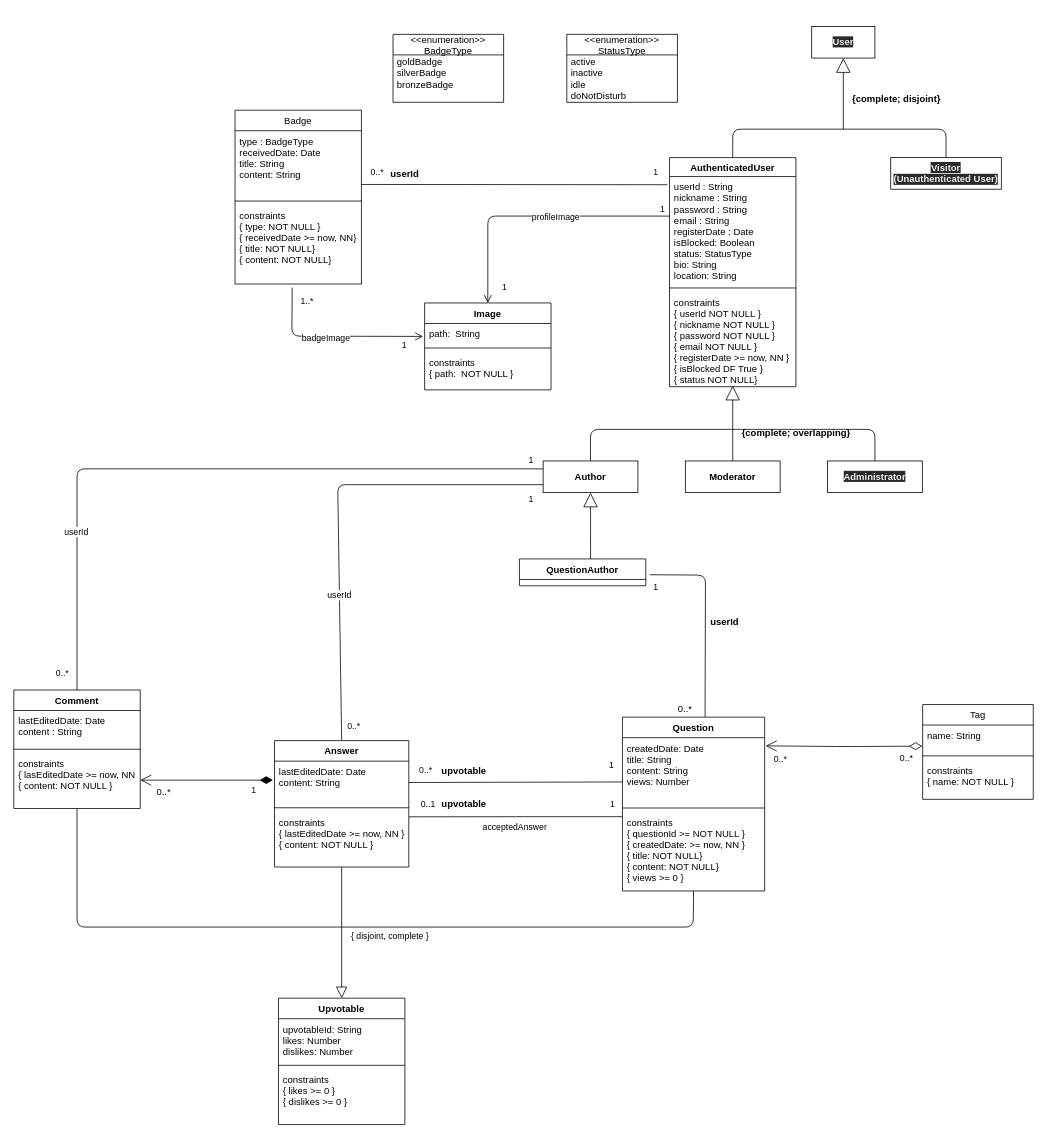
Earlier version of the draw.io diagram datamodel/datamodel.drawio (FabioMiguel2000/iNeedHelp). Source tidied: cells renumbered, new cells numbered last; positions are measured from the earlier drawing's top-left corner, leaving out a move shared by most shapes. Both pictures are drawn from the tidied source at 79%, with x=0, y=0 at pixel (13, 26).
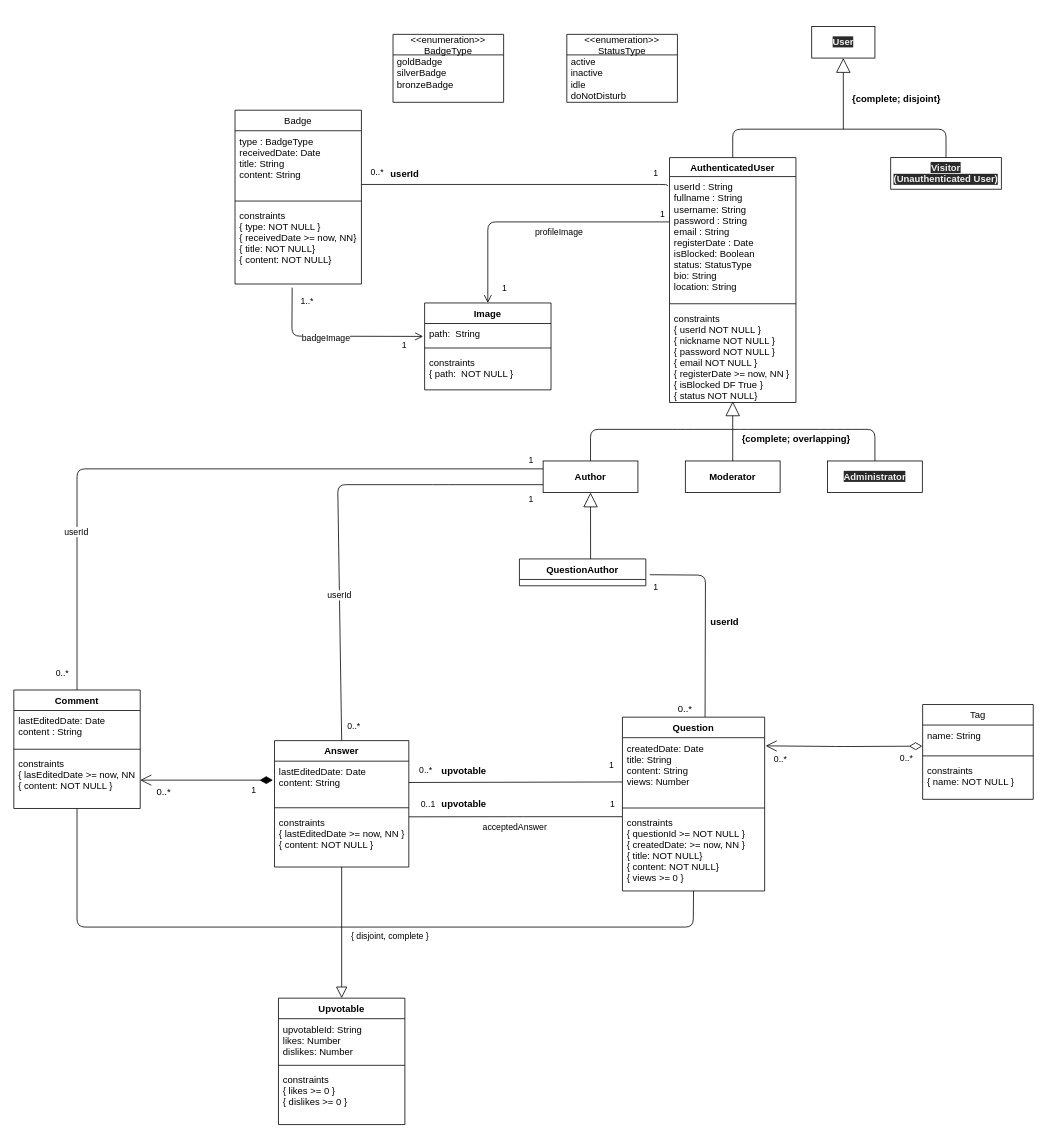
After the change.

Commit message (it also covers changes not shown here):
Schema validation completed

Unchanged cells that the change refers to:
```xml
<mxCell id="21" style="endArrow=open;startArrow=none;endFill=0;startFill=0;endSize=8;html=1;verticalAlign=bottom;labelBackgroundColor=none;strokeWidth=1;entryX=0.5;entryY=0;entryDx=0;entryDy=0;edgeStyle=orthogonalEdgeStyle;rounded=1;exitX=0;exitY=0.368;exitDx=0;exitDy=0;exitPerimeter=0;" parent="1" edge="1" source="3" target="6">
  <mxGeometry relative="1" as="geometry" />
</mxCell>
```

Diff of the diagram source:
```diff
@@
     <mxCell id="2" value="AuthenticatedUser" style="swimlane;fontStyle=1;align=center;verticalAlign=top;horizontal=1;startSize=24;" parent="1" vertex="1">
-      <mxGeometry x="830" y="166" width="160" height="290" as="geometry" />
+      <mxGeometry x="830" y="166" width="160" height="310" as="geometry" />
     </mxCell>
-    <mxCell id="3" value="userId : String&#10;nickname : String&#10;password : String&#10;email : String&#10;registerDate : Date&#10;isBlocked: Boolean&#10;status: StatusType&#10;bio: String&#10;location: String" style="text;strokeColor=none;fillColor=none;align=left;verticalAlign=top;spacingLeft=4;spacingRight=4;overflow=hidden;points=[[0,0.5],[1,0.5]];portConstraint=eastwest;" parent="2" vertex="1">
-      <mxGeometry y="24" width="160" height="136" as="geometry" />
+    <mxCell id="3" value="userId : String&#10;fullname : String&#10;username: String&#10;password : String&#10;email : String&#10;registerDate : Date&#10;isBlocked: Boolean&#10;status: StatusType&#10;bio: String&#10;location: String" style="text;strokeColor=none;fillColor=none;align=left;verticalAlign=top;spacingLeft=4;spacingRight=4;overflow=hidden;points=[[0,0.5],[1,0.5]];portConstraint=eastwest;" parent="2" vertex="1">
+      <mxGeometry y="24" width="160" height="156" as="geometry" />
     </mxCell>
     <mxCell id="4" style="line;strokeWidth=1;fillColor=none;align=left;verticalAlign=middle;spacingTop=-1;spacingLeft=3;spacingRight=3;labelPosition=right;" parent="2" vertex="1">
-      <mxGeometry y="160" width="160" height="10" as="geometry" />
+      <mxGeometry y="180" width="160" height="10" as="geometry" />
     </mxCell>
     <mxCell id="5" value="constraints&#10;{ userId NOT NULL }&#10;{ nickname NOT NULL }&#10;{ password NOT NULL }&#10;{ email NOT NULL }&#10;{ registerDate &gt;= now, NN }&#10;{ isBlocked DF True }&#10;{ status NOT NULL}&#10;" style="text;strokeColor=none;fillColor=none;align=left;verticalAlign=top;spacingLeft=4;spacingRight=4;overflow=hidden;points=[[0,0.5],[1,0.5]];portConstraint=eastwest;" parent="2" vertex="1">
-      <mxGeometry y="170" width="160" height="120" as="geometry" />
+      <mxGeometry y="190" width="160" height="120" as="geometry" />
     </mxCell>
@@
     <mxCell id="22" value="profileImage" style="edgeLabel;html=1;align=center;verticalAlign=middle;" parent="21" vertex="1">
       <mxGeometry x="-0.15" relative="1" as="geometry">
-        <mxPoint y="1" as="offset" />
+        <mxPoint y="13" as="offset" />
       </mxGeometry>
     </mxCell>
```
